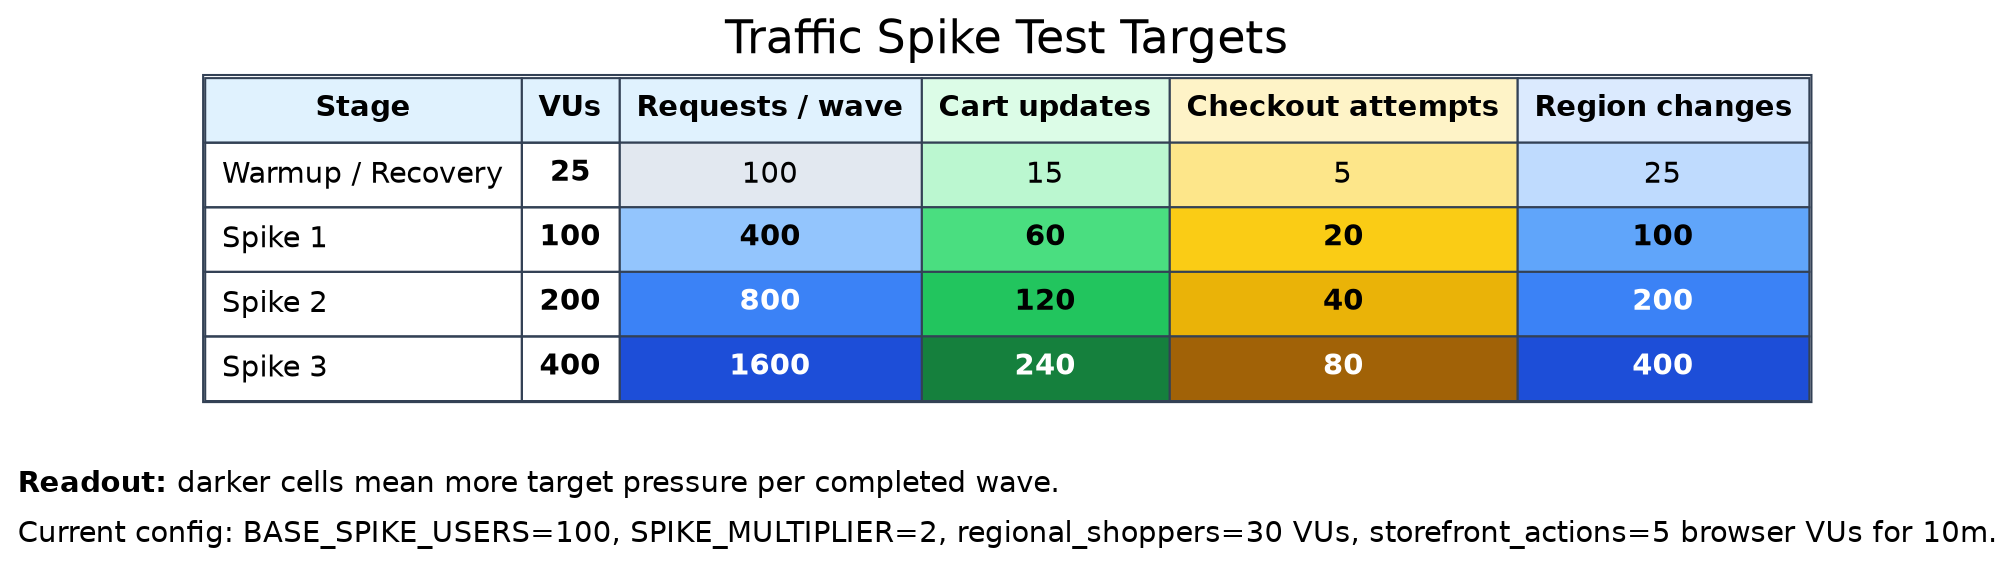
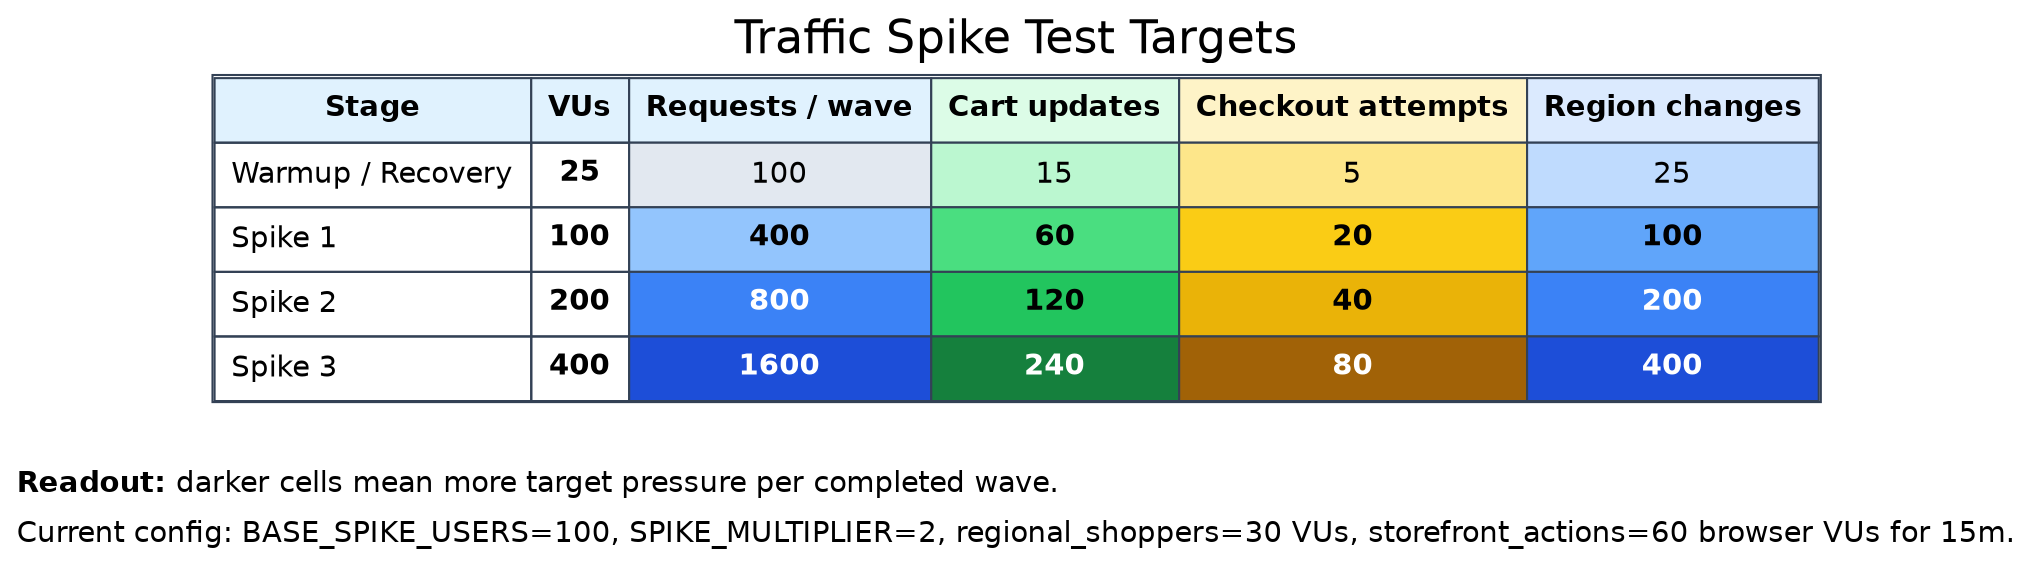
digraph traffic_spike_target_heatmap {
  graph [rankdir=TB, labelloc=t, label="Traffic Spike Test Targets", fontsize=22, fontname="Helvetica", nodesep=0.35, ranksep=0.4];
  node [shape=plain, fontname="Helvetica"];
  edge [style=invis];

  target_heatmap [label=<
    <TABLE BORDER="1" CELLBORDER="1" CELLSPACING="0" CELLPADDING="7" COLOR="#334155">
      <TR><TD BGCOLOR="#e0f2fe"><B>Stage</B></TD><TD BGCOLOR="#e0f2fe"><B>VUs</B></TD><TD BGCOLOR="#e0f2fe"><B>Requests / wave</B></TD><TD BGCOLOR="#dcfce7"><B>Cart updates</B></TD><TD BGCOLOR="#fef3c7"><B>Checkout attempts</B></TD><TD BGCOLOR="#dbeafe"><B>Region changes</B></TD></TR>
      <TR><TD ALIGN="LEFT">Warmup / Recovery</TD><TD><B>25</B></TD><TD BGCOLOR="#e2e8f0">100</TD><TD BGCOLOR="#bbf7d0">15</TD><TD BGCOLOR="#fde68a">5</TD><TD BGCOLOR="#bfdbfe">25</TD></TR>
      <TR><TD ALIGN="LEFT">Spike 1</TD><TD><B>100</B></TD><TD BGCOLOR="#93c5fd"><B>400</B></TD><TD BGCOLOR="#4ade80"><B>60</B></TD><TD BGCOLOR="#facc15"><B>20</B></TD><TD BGCOLOR="#60a5fa"><B>100</B></TD></TR>
      <TR><TD ALIGN="LEFT">Spike 2</TD><TD><B>200</B></TD><TD BGCOLOR="#3b82f6"><FONT COLOR="white"><B>800</B></FONT></TD><TD BGCOLOR="#22c55e"><B>120</B></TD><TD BGCOLOR="#eab308"><B>40</B></TD><TD BGCOLOR="#3b82f6"><FONT COLOR="white"><B>200</B></FONT></TD></TR>
      <TR><TD ALIGN="LEFT">Spike 3</TD><TD><B>400</B></TD><TD BGCOLOR="#1d4ed8"><FONT COLOR="white"><B>1600</B></FONT></TD><TD BGCOLOR="#15803d"><FONT COLOR="white"><B>240</B></FONT></TD><TD BGCOLOR="#a16207"><FONT COLOR="white"><B>80</B></FONT></TD><TD BGCOLOR="#1d4ed8"><FONT COLOR="white"><B>400</B></FONT></TD></TR>
    </TABLE>
  >];

  target_note [label=<
    <TABLE BORDER="0" CELLBORDER="0" CELLSPACING="0" CELLPADDING="4">
      <TR><TD ALIGN="LEFT"><B>Readout:</B> darker cells mean more target pressure per completed wave.</TD></TR>
-       <TR><TD ALIGN="LEFT">Current config: BASE_SPIKE_USERS=100, SPIKE_MULTIPLIER=2, regional_shoppers=30 VUs, storefront_actions=5 browser VUs for 10m.</TD></TR>
+       <TR><TD ALIGN="LEFT">Current config: BASE_SPIKE_USERS=100, SPIKE_MULTIPLIER=2, regional_shoppers=30 VUs, storefront_actions=60 browser VUs for 15m.</TD></TR>
    </TABLE>
  >];

  target_heatmap -> target_note;
}

